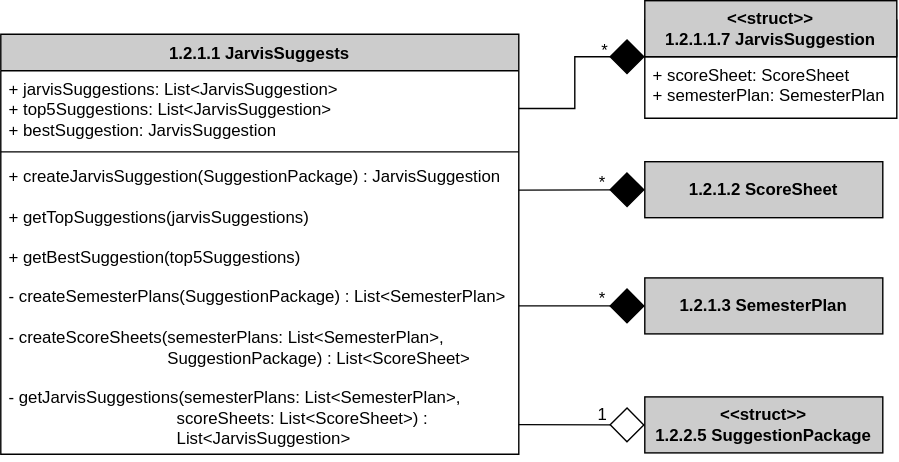
MckennahPalmer/CSE430 keeps this draw.io diagram as Logic/TeamTwoFiles/1.2.1.1JarvisSuggestsClassDiagram.svg. Above is the earlier version. Source tidied: cells renumbered, new cells last; positions are measured from the earlier drawing's top-left corner, leaving out a move shared by most shapes.
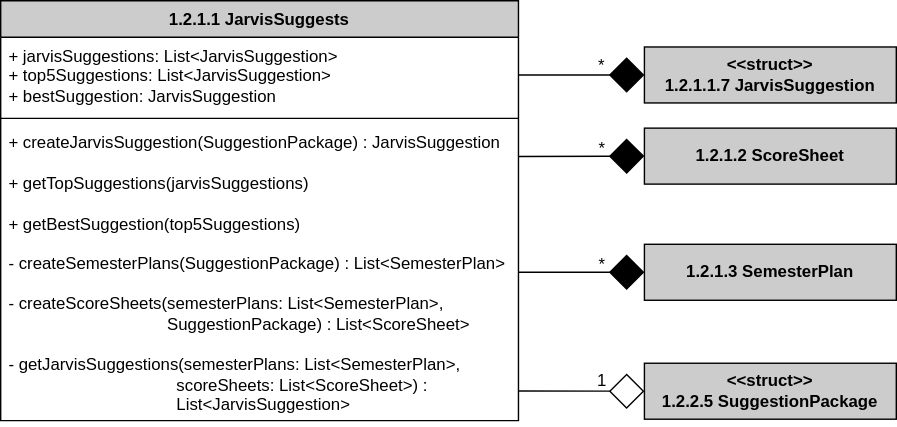
Later version of the same file.

Commit message:
Add diagram and DIT, edited 1.2.1.1 to match.

Change to the diagram source:
```diff
@@ -14,20 +14,14 @@
     <mxCell id="5" value="+ createJarvisSuggestion(SuggestionPackage) : JarvisSuggestion&lt;br&gt;&lt;br&gt;+ getTopSuggestions(jarvisSuggestions)&lt;br style=&quot;border-color: var(--border-color);&quot;&gt;&lt;br style=&quot;border-color: var(--border-color);&quot;&gt;+ getBestSuggestion(top5Suggestions)&lt;br&gt;&lt;br&gt;- createSemesterPlans(SuggestionPackage) : List&amp;lt;SemesterPlan&amp;gt;&lt;br&gt;&lt;br&gt;- createScoreSheets(semesterPlans: List&amp;lt;SemesterPlan&amp;gt;,&amp;nbsp; &amp;nbsp; &amp;nbsp; &amp;nbsp; &amp;nbsp; &amp;nbsp; &amp;nbsp; &amp;nbsp; &amp;nbsp; &amp;nbsp; &amp;nbsp; &amp;nbsp; &amp;nbsp; &amp;nbsp; &amp;nbsp; &amp;nbsp; &amp;nbsp; &amp;nbsp; &amp;nbsp; &amp;nbsp; &amp;nbsp; &amp;nbsp; &amp;nbsp; &amp;nbsp; SuggestionPackage) : List&amp;lt;ScoreSheet&amp;gt;&lt;br&gt;&lt;br&gt;- getJarvisSuggestions(semesterPlans: List&amp;lt;SemesterPlan&amp;gt;,&amp;nbsp; &amp;nbsp; &amp;nbsp; &amp;nbsp; &amp;nbsp; &amp;nbsp; &amp;nbsp; &amp;nbsp; &amp;nbsp; &amp;nbsp; &amp;nbsp; &amp;nbsp; &amp;nbsp; &amp;nbsp; &amp;nbsp; &amp;nbsp; &amp;nbsp; &amp;nbsp; &amp;nbsp; &amp;nbsp; &amp;nbsp; &amp;nbsp; &amp;nbsp; &amp;nbsp; scoreSheets: List&amp;lt;ScoreSheet&amp;gt;) :&amp;nbsp; &amp;nbsp; &amp;nbsp; &amp;nbsp; &amp;nbsp; &amp;nbsp; &amp;nbsp; &amp;nbsp; &amp;nbsp; &amp;nbsp; &amp;nbsp; &amp;nbsp; &amp;nbsp; &amp;nbsp; &amp;nbsp; &amp;nbsp; &amp;nbsp; &amp;nbsp; &amp;nbsp; &amp;nbsp; &amp;nbsp; &amp;nbsp; &amp;nbsp; &amp;nbsp; &amp;nbsp; &amp;nbsp; &amp;nbsp; List&amp;lt;JarvisSuggestion&amp;gt;&lt;br&gt;&lt;div&gt;&lt;br&gt;&lt;/div&gt;" style="text;strokeColor=none;fillColor=none;align=left;verticalAlign=top;spacingLeft=4;spacingRight=4;overflow=hidden;points=[[0,0.5,0,0,0],[1,0.11,0,0,0],[1,0.5,0,0,0],[1,0.9,0,0,0]];portConstraint=eastwest;whiteSpace=wrap;html=1;" parent="2" vertex="1">
       <mxGeometry y="88" width="370" height="212" as="geometry" />
     </mxCell>
-    <mxCell id="6" value="JarvisSuggestion" style="swimlane;fontStyle=1;align=center;verticalAlign=top;horizontal=1;startSize=26;whiteSpace=wrap;html=1;fillColor=#CCCCCC;" parent="1" vertex="1">
-      <mxGeometry x="460" y="14" width="180" height="70" as="geometry" />
-    </mxCell>
-    <mxCell id="7" value="+ scoreSheet: ScoreSheet&lt;br&gt;+ semesterPlan: SemesterPlan" style="text;strokeColor=none;fillColor=none;align=left;verticalAlign=top;spacingLeft=4;spacingRight=4;overflow=hidden;whiteSpace=wrap;html=1;" parent="6" vertex="1">
-      <mxGeometry y="26" width="180" height="44" as="geometry" />
-    </mxCell>
     <mxCell id="8" value="1.2.1.2 ScoreSheet" style="rounded=0;whiteSpace=wrap;html=1;fontStyle=1;fillColor=#CCCCCC;" parent="1" vertex="1">
-      <mxGeometry x="460" y="115" width="170" height="40" as="geometry" />
+      <mxGeometry x="460" y="115" width="180" height="40" as="geometry" />
     </mxCell>
     <mxCell id="9" value="1.2.1.3 SemesterPlan" style="rounded=0;whiteSpace=wrap;html=1;fontStyle=1;fillColor=#CCCCCC;" parent="1" vertex="1">
-      <mxGeometry x="460" y="198" width="170" height="40" as="geometry" />
+      <mxGeometry x="460" y="198" width="180" height="40" as="geometry" />
     </mxCell>
     <mxCell id="10" value="&amp;lt;&amp;lt;struct&amp;gt;&amp;gt;&lt;br&gt;1.2.2.5 SuggestionPackage" style="rounded=0;whiteSpace=wrap;html=1;fontStyle=1;fillColor=#CCCCCC;" parent="1" vertex="1">
-      <mxGeometry x="460" y="283" width="170" height="40" as="geometry" />
+      <mxGeometry x="460" y="283" width="180" height="40" as="geometry" />
     </mxCell>
     <mxCell id="11" style="endArrow=diamond;html=1;rounded=0;exitX=1;exitY=0.11;exitDx=0;exitDy=0;entryX=0;entryY=0.5;entryDx=0;entryDy=0;exitPerimeter=0;endFill=1;endSize=23;" parent="1" edge="1" source="5" target="8">
       <mxGeometry relative="1" as="geometry" />
@@ -48,21 +42,16 @@
       <mxGeometry x="400" y="281" width="60" height="30" as="geometry" />
     </mxCell>
     <mxCell id="17" value="&amp;lt;&amp;lt;struct&amp;gt;&amp;gt;&lt;br&gt;1.2.1.1.7 JarvisSuggestion" style="rounded=0;whiteSpace=wrap;html=1;fontStyle=1;fillColor=#CCCCCC;" parent="1" vertex="1">
-      <mxGeometry x="460" width="180" height="40" as="geometry" />
+      <mxGeometry x="460" y="57" width="180" height="40" as="geometry" />
     </mxCell>
-    <mxCell id="18" style="group;" parent="1" vertex="1">
-      <mxGeometry x="376" y="21" width="84" height="30" as="geometry" />
-    </mxCell>
+    <mxCell id="20" style="endArrow=diamond;html=1;rounded=0;endFill=1;endSize=23;exitX=1;exitY=0.5;exitDx=0;exitDy=0;entryX=0;entryY=0.5;entryDx=0;entryDy=0;" parent="1" edge="1" source="3" target="17">
+      <mxGeometry relative="1" as="geometry" />
+    </mxCell>
+    <mxCell id="21" style="group;" parent="1" vertex="1">
+      <mxGeometry x="374" y="56" width="84" height="30" as="geometry" />
+    </mxCell>
-    <mxCell id="19" value="*" style="text;html=1;align=right;verticalAlign=middle;whiteSpace=wrap;rounded=0;" parent="18" vertex="1">
+    <mxCell id="19" value="*" style="text;html=1;align=right;verticalAlign=middle;whiteSpace=wrap;rounded=0;" parent="21" vertex="1">
       <mxGeometry width="60" height="30" as="geometry" />
     </mxCell>
-    <mxCell id="20" style="endArrow=diamond;html=1;rounded=0;endFill=1;endSize=23;entryX=0;entryY=1;entryDx=0;entryDy=0;exitX=1;exitY=0.5;exitDx=0;exitDy=0;" parent="1" edge="1" source="3" target="17">
-      <mxGeometry relative="1" as="geometry">
-        <Array as="points">
-          <mxPoint x="410" y="77" />
-          <mxPoint x="410" y="40" />
-        </Array>
-      </mxGeometry>
-    </mxCell>
   </root>
 </mxGraphModel>
```
